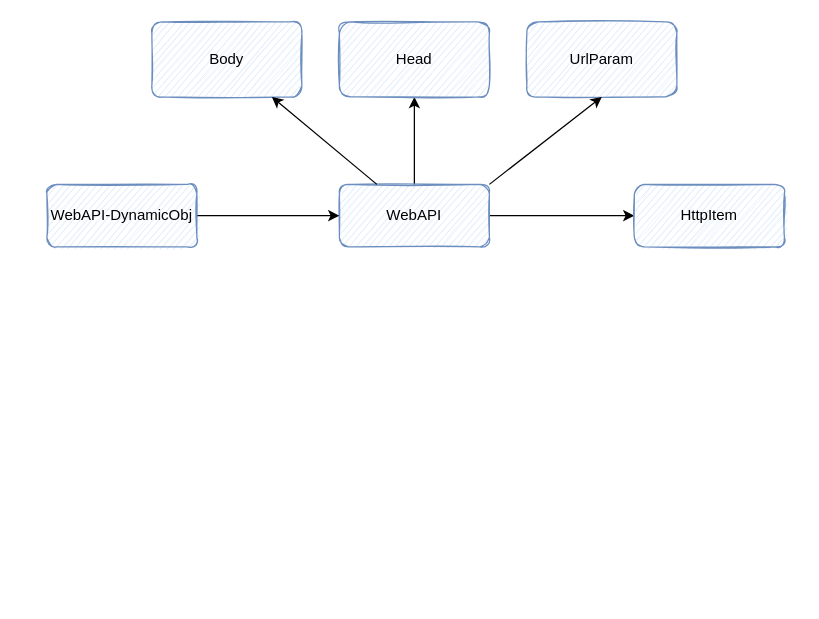
This is webapi.drawio from kirayhz007/testWork, a draw.io file, before an edit. Source tidied: cells renumbered, new cells numbered last; positions are measured from the earlier drawing's top-left corner, leaving out a move shared by most shapes. Both pictures are drawn from the tidied source at 125%, with x=0, y=0 at pixel (46, 21).
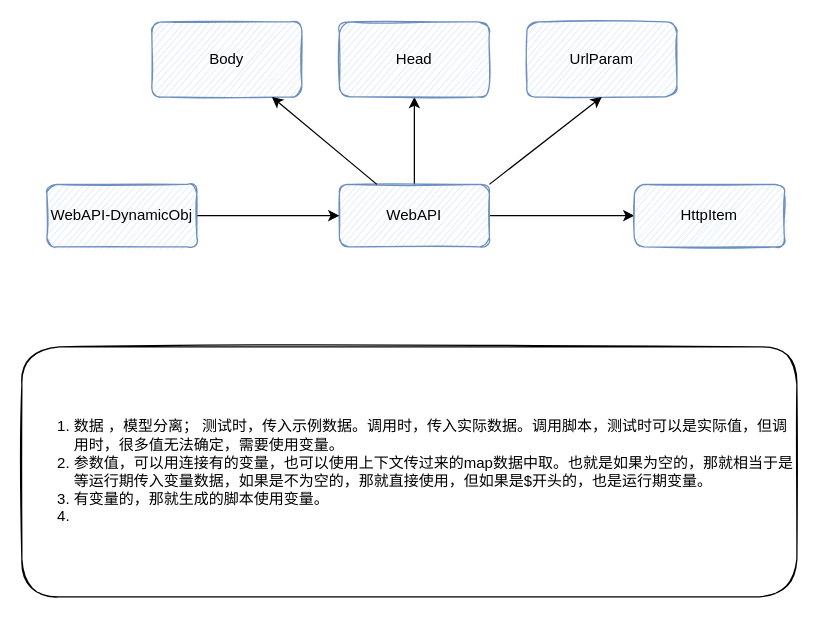
The same diagram, later.

What changed in the source:
```diff
@@
 <mxGraphModel>
   <root>
     <mxCell id="0" />
     <mxCell id="1" parent="0" />
     <mxCell id="2" style="edgeStyle=orthogonalEdgeStyle;rounded=0;jettySize=auto;html=1;" parent="1" edge="1" source="4" target="6">
       <mxGeometry relative="1" as="geometry" />
     </mxCell>
     <mxCell id="3" style="edgeStyle=orthogonalEdgeStyle;rounded=0;jettySize=auto;html=1;" parent="1" edge="1" source="4" target="12">
       <mxGeometry relative="1" as="geometry" />
     </mxCell>
     <mxCell id="4" value="WebAPI" style="rounded=1;whiteSpace=wrap;html=1;sketch=1;fillColor=#dae8fc;strokeColor=#6c8ebf;" parent="1" vertex="1">
       <mxGeometry x="234" y="130" width="120" height="50" as="geometry" />
     </mxCell>
     <mxCell id="5" value="Body" style="rounded=1;whiteSpace=wrap;html=1;sketch=1;fillColor=#dae8fc;strokeColor=#6c8ebf;" parent="1" vertex="1">
       <mxGeometry x="84" width="120" height="60" as="geometry" />
     </mxCell>
     <mxCell id="6" value="Head" style="rounded=1;whiteSpace=wrap;html=1;sketch=1;fillColor=#dae8fc;strokeColor=#6c8ebf;" parent="1" vertex="1">
       <mxGeometry x="234" width="120" height="60" as="geometry" />
     </mxCell>
     <mxCell id="7" value="UrlParam" style="rounded=1;whiteSpace=wrap;html=1;sketch=1;fillColor=#dae8fc;strokeColor=#6c8ebf;" parent="1" vertex="1">
       <mxGeometry x="384" width="120" height="60" as="geometry" />
     </mxCell>
     <mxCell id="8" style="endArrow=classic;html=1;rounded=0;" parent="1" edge="1" source="4" target="5">
       <mxGeometry relative="1" as="geometry" />
     </mxCell>
     <mxCell id="9" style="endArrow=classic;html=1;rounded=0;exitX=1;exitY=0;exitDx=0;exitDy=0;entryX=0.5;entryY=1;entryDx=0;entryDy=0;" parent="1" edge="1" source="4" target="7">
       <mxGeometry relative="1" as="geometry" />
     </mxCell>
     <mxCell id="10" style="edgeStyle=orthogonalEdgeStyle;rounded=0;jettySize=auto;html=1;" parent="1" edge="1" source="11" target="4">
       <mxGeometry relative="1" as="geometry" />
     </mxCell>
     <mxCell id="11" value="WebAPI-DynamicObj" style="rounded=1;whiteSpace=wrap;html=1;sketch=1;fillColor=#dae8fc;strokeColor=#6c8ebf;" parent="1" vertex="1">
       <mxGeometry y="130" width="120" height="50" as="geometry" />
     </mxCell>
     <mxCell id="12" value="HttpItem" style="rounded=1;whiteSpace=wrap;html=1;sketch=1;fillColor=#dae8fc;strokeColor=#6c8ebf;" parent="1" vertex="1">
       <mxGeometry x="470" y="130" width="120" height="50" as="geometry" />
     </mxCell>
+    <mxCell id="13" value="&lt;ol&gt;&lt;li&gt;数据 ，模型分离； 测试时，传入示例数据。调用时，传入实际数据。调用脚本，测试时可以是实际值，但调用时，很多值无法确定，需要使用变量。&lt;/li&gt;&lt;li&gt;参数值，可以用连接有的变量，也可以使用上下文传过来的map数据中取。也就是如果为空的，那就相当于是等运行期传入变量数据，如果是不为空的，那就直接使用，但如果是$开头的，也是运行期变量。&lt;/li&gt;&lt;li&gt;有变量的，那就生成的脚本使用变量。&lt;/li&gt;&lt;li&gt;&lt;br&gt;&lt;/li&gt;&lt;/ol&gt;" style="rounded=1;whiteSpace=wrap;html=1;sketch=1;align=left;" parent="1" vertex="1">
+      <mxGeometry x="-20" y="260" width="620" height="200" as="geometry" />
+    </mxCell>
   </root>
 </mxGraphModel>
```
